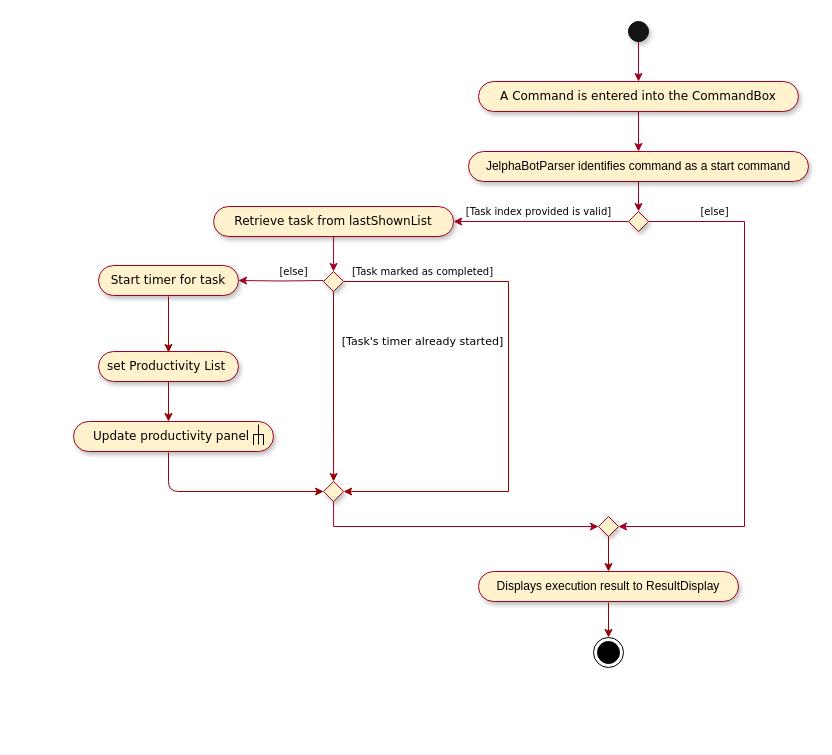
Earlier version of the draw.io diagram docs/diagrams/StartActivityDiagram.drawio (yapdianhao/main). Source tidied: cells renumbered, new cells numbered last; positions are measured from the earlier drawing's top-left corner, leaving out a move shared by most shapes. Both pictures are drawn from the tidied source at 100%, with x=0, y=0 at pixel (73, 21).
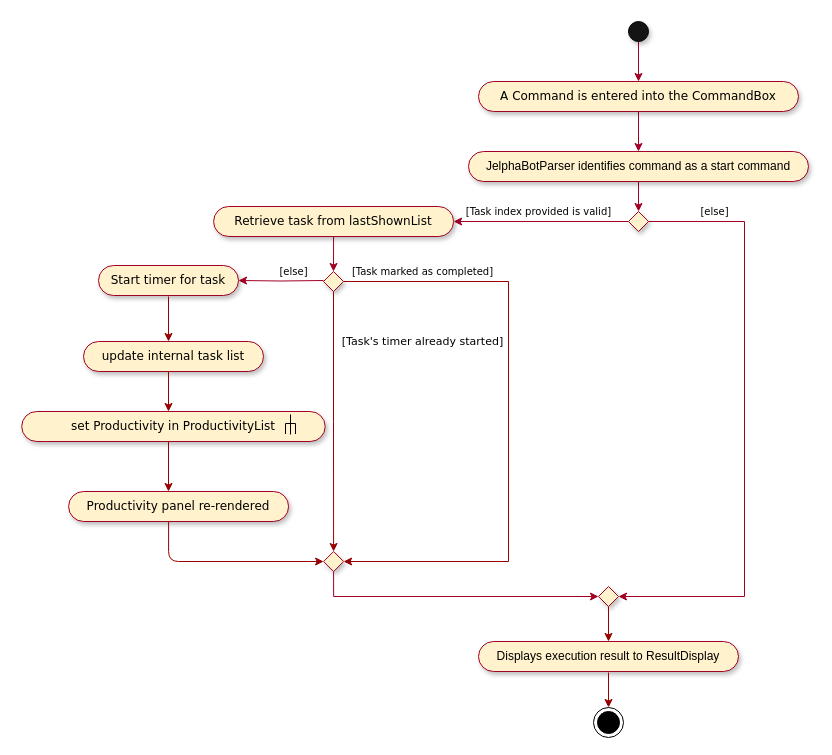
The same page after the edit.

Unchanged cells that the change refers to:
```xml
<mxCell id="8" style="rhombus;whiteSpace=wrap;html=1;shadow=1;strokeColor=#A20025;fillColor=#fff2cc;" parent="1" vertex="1">
  <mxGeometry x="555" y="190" width="20" height="20" as="geometry" />
</mxCell>
<mxCell id="15" style="rhombus;whiteSpace=wrap;html=1;shadow=1;strokeColor=#A20025;fillColor=#fff2cc;" parent="1" vertex="1">
  <mxGeometry x="250" y="250" width="20" height="20" as="geometry" />
</mxCell>
```

Change to the diagram source:
```diff
@@
     <mxCell id="7" style="edgeStyle=orthogonalEdgeStyle;rounded=0;jettySize=auto;html=1;exitX=1;exitY=0.5;exitDx=0;exitDy=0;startArrow=none;startFill=0;endArrow=classic;endFill=1;strokeColor=#A20025;fontFamily=Verdana;entryX=1;entryY=0.5;entryDx=0;entryDy=0;entryPerimeter=0;" parent="1" edge="1" source="8" target="26">
       <mxGeometry relative="1" as="geometry">
         <Array as="points">
           <mxPoint x="671" y="200" />
-          <mxPoint x="671" y="505" />
+          <mxPoint x="671" y="575" />
         </Array>
       </mxGeometry>
     </mxCell>
@@
     <mxCell id="14" style="edgeStyle=orthogonalEdgeStyle;rounded=0;jettySize=auto;html=1;strokeColor=#990000;entryX=1;entryY=0.5;entryDx=0;entryDy=0;" parent="1" edge="1" source="15" target="24">
       <mxGeometry relative="1" as="geometry">
         <Array as="points">
           <mxPoint x="435" y="260" />
-          <mxPoint x="435" y="470" />
+          <mxPoint x="435" y="540" />
         </Array>
       </mxGeometry>
     </mxCell>
@@
     <mxCell id="16" value="Displays execution result to ResultDisplay" style="whiteSpace=wrap;html=1;rounded=1;arcSize=50;align=center;verticalAlign=middle;strokeWidth=1;spacing=4;newEdgeStyle={&quot;edgeStyle&quot;:&quot;entityRelationEdgeStyle&quot;,&quot;startArrow&quot;:&quot;none&quot;,&quot;endArrow&quot;:&quot;none&quot;,&quot;segment&quot;:10,&quot;curved&quot;:1};shadow=1;fillColor=#fff2cc;strokeColor=#A20025;" parent="1" vertex="1">
-      <mxGeometry x="405" y="550" width="260" height="30" as="geometry" />
+      <mxGeometry x="405" y="620" width="260" height="30" as="geometry" />
     </mxCell>
@@
     <mxCell id="24" style="rhombus;whiteSpace=wrap;html=1;shadow=1;strokeColor=#A20025;fillColor=#fff2cc;" parent="1" vertex="1">
-      <mxGeometry x="250.1" y="460" width="20" height="20" as="geometry" />
+      <mxGeometry x="250.1" y="530" width="20" height="20" as="geometry" />
     </mxCell>
     <mxCell id="25" style="edgeStyle=orthogonalEdgeStyle;rounded=0;jettySize=auto;html=1;startArrow=none;startFill=0;endArrow=classic;endFill=1;strokeColor=#A20025;fontFamily=Verdana;exitX=0.5;exitY=1;exitDx=0;exitDy=0;entryX=0;entryY=0.5;entryDx=0;entryDy=0;" parent="1" edge="1" source="24" target="26">
       <mxGeometry relative="1" as="geometry">
         <Array as="points">
-          <mxPoint x="260" y="505" />
+          <mxPoint x="260" y="575" />
         </Array>
       </mxGeometry>
     </mxCell>
     <mxCell id="26" style="rhombus;whiteSpace=wrap;html=1;shadow=1;strokeColor=#A20025;fillColor=#fff2cc;" parent="1" vertex="1">
-      <mxGeometry x="525" y="495" width="20" height="20" as="geometry" />
+      <mxGeometry x="525" y="565" width="20" height="20" as="geometry" />
     </mxCell>
@@
-    <mxCell id="28" style="endArrow=classic;html=1;strokeColor=#990000;exitX=0.5;exitY=1;exitDx=0;exitDy=0;entryX=0.5;entryY=0;entryDx=0;entryDy=0;" parent="1" edge="1">
+    <mxCell id="28" style="endArrow=classic;html=1;strokeColor=#990000;exitX=0.5;exitY=1;exitDx=0;exitDy=0;" parent="1" edge="1">
       <mxGeometry relative="1" as="geometry">
         <mxPoint x="95" y="275" as="sourcePoint" />
-        <mxPoint x="95" y="331" as="targetPoint" />
+        <mxPoint x="95" y="320" as="targetPoint" />
       </mxGeometry>
     </mxCell>
-    <mxCell id="29" value="set Productivity List&amp;nbsp;" style="whiteSpace=wrap;html=1;rounded=1;arcSize=50;align=center;verticalAlign=middle;strokeWidth=1;spacing=4;newEdgeStyle={&quot;edgeStyle&quot;:&quot;entityRelationEdgeStyle&quot;,&quot;startArrow&quot;:&quot;none&quot;,&quot;endArrow&quot;:&quot;none&quot;,&quot;segment&quot;:10,&quot;curved&quot;:1};shadow=1;fillColor=#fff2cc;strokeColor=#A20025;fontFamily=Verdana;" parent="1" vertex="1">
-      <mxGeometry x="25" y="330" width="140" height="30" as="geometry" />
+    <mxCell id="29" value="update internal task list" style="whiteSpace=wrap;html=1;rounded=1;arcSize=50;align=center;verticalAlign=middle;strokeWidth=1;spacing=4;newEdgeStyle={&quot;edgeStyle&quot;:&quot;entityRelationEdgeStyle&quot;,&quot;startArrow&quot;:&quot;none&quot;,&quot;endArrow&quot;:&quot;none&quot;,&quot;segment&quot;:10,&quot;curved&quot;:1};shadow=1;fillColor=#fff2cc;strokeColor=#A20025;fontFamily=Verdana;" parent="1" vertex="1">
+      <mxGeometry x="10" y="320" width="180" height="30" as="geometry" />
     </mxCell>
-    <mxCell id="30" value="Update productivity panel&amp;nbsp;" style="whiteSpace=wrap;html=1;rounded=1;arcSize=50;align=center;verticalAlign=middle;strokeWidth=1;spacing=4;newEdgeStyle={&quot;edgeStyle&quot;:&quot;entityRelationEdgeStyle&quot;,&quot;startArrow&quot;:&quot;none&quot;,&quot;endArrow&quot;:&quot;none&quot;,&quot;segment&quot;:10,&quot;curved&quot;:1};shadow=1;fillColor=#fff2cc;strokeColor=#A20025;fontFamily=Verdana;" parent="1" vertex="1">
-      <mxGeometry y="400" width="200" height="30" as="geometry" />
+    <mxCell id="30" value="Productivity panel re-rendered" style="whiteSpace=wrap;html=1;rounded=1;arcSize=50;align=center;verticalAlign=middle;strokeWidth=1;spacing=4;newEdgeStyle={&quot;edgeStyle&quot;:&quot;entityRelationEdgeStyle&quot;,&quot;startArrow&quot;:&quot;none&quot;,&quot;endArrow&quot;:&quot;none&quot;,&quot;segment&quot;:10,&quot;curved&quot;:1};shadow=1;fillColor=#fff2cc;strokeColor=#A20025;fontFamily=Verdana;" parent="1" vertex="1">
+      <mxGeometry x="-4.9" y="470" width="220" height="30" as="geometry" />
     </mxCell>
@@
-    <mxCell id="32" style="endArrow=none;html=1;strokeColor=#000000;exitX=0.5;exitY=0;exitDx=0;exitDy=0;" parent="1" edge="1" source="33">
-      <mxGeometry relative="1" as="geometry">
-        <mxPoint x="185" y="403" as="targetPoint" />
-      </mxGeometry>
-    </mxCell>
-    <mxCell id="33" style="shape=partialRectangle;whiteSpace=wrap;html=1;bottom=1;right=1;left=1;top=0;fillColor=none;routingCenterX=-0.5;direction=west;" parent="1" vertex="1">
-      <mxGeometry x="180" y="413" width="10" height="10" as="geometry" />
-    </mxCell>
-    <mxCell id="34" style="endArrow=none;html=1;strokeColor=#990000;" parent="1" edge="1" target="33">
-      <mxGeometry relative="1" as="geometry">
-        <mxPoint x="180" y="423" as="sourcePoint" />
-      </mxGeometry>
-    </mxCell>
     <mxCell id="35" style="endArrow=classic;html=1;strokeColor=#990000;entryX=0;entryY=0.5;entryDx=0;entryDy=0;" parent="1" edge="1" target="24">
       <mxGeometry relative="1" as="geometry">
-        <mxPoint x="95" y="431" as="sourcePoint" />
+        <mxPoint x="95.1" y="500" as="sourcePoint" />
         <Array as="points">
-          <mxPoint x="95" y="470" />
+          <mxPoint x="95.1" y="540" />
         </Array>
       </mxGeometry>
     </mxCell>
     <mxCell id="36" style="endArrow=classic;html=1;strokeColor=#990000;" parent="1" edge="1">
       <mxGeometry relative="1" as="geometry">
-        <mxPoint x="95" y="360" as="sourcePoint" />
-        <mxPoint x="95" y="400" as="targetPoint" />
+        <mxPoint x="95" y="350" as="sourcePoint" />
+        <mxPoint x="95" y="390" as="targetPoint" />
       </mxGeometry>
     </mxCell>
     <mxCell id="37" style="endArrow=classic;html=1;strokeColor=#990000;entryX=0.5;entryY=0;entryDx=0;entryDy=0;exitX=0.5;exitY=1;exitDx=0;exitDy=0;" parent="1" edge="1">
       <mxGeometry relative="1" as="geometry">
-        <mxPoint x="535" y="581" as="sourcePoint" />
-        <mxPoint x="535" y="616" as="targetPoint" />
+        <mxPoint x="535" y="651" as="sourcePoint" />
+        <mxPoint x="535" y="686" as="targetPoint" />
       </mxGeometry>
     </mxCell>
     <mxCell id="38" style="ellipse;html=1;shape=endState;fillColor=#000000;strokeColor=#000000;" parent="1" vertex="1">
-      <mxGeometry x="520" y="616" width="30" height="30" as="geometry" />
+      <mxGeometry x="520" y="686" width="30" height="30" as="geometry" />
     </mxCell>
+    <mxCell id="39" value="set Productivity in ProductivityList" style="whiteSpace=wrap;html=1;rounded=1;arcSize=50;align=center;verticalAlign=middle;strokeWidth=1;spacing=4;newEdgeStyle={&quot;edgeStyle&quot;:&quot;entityRelationEdgeStyle&quot;,&quot;startArrow&quot;:&quot;none&quot;,&quot;endArrow&quot;:&quot;none&quot;,&quot;segment&quot;:10,&quot;curved&quot;:1};shadow=1;fillColor=#fff2cc;strokeColor=#A20025;fontFamily=Verdana;" parent="1" vertex="1">
+      <mxGeometry x="-51.8" y="390" width="303.5" height="30" as="geometry" />
+    </mxCell>
+    <mxCell id="40" style="shape=partialRectangle;whiteSpace=wrap;html=1;bottom=1;right=1;left=1;top=0;fillColor=none;routingCenterX=-0.5;direction=west;" parent="1" vertex="1">
+      <mxGeometry x="212" y="402" width="10" height="10" as="geometry" />
+    </mxCell>
+    <mxCell id="32" style="endArrow=none;html=1;strokeColor=#000000;exitX=0.5;exitY=0;exitDx=0;exitDy=0;" parent="1" edge="1">
+      <mxGeometry relative="1" as="geometry">
+        <mxPoint x="217" y="413" as="sourcePoint" />
+        <mxPoint x="217" y="393" as="targetPoint" />
+      </mxGeometry>
+    </mxCell>
+    <mxCell id="41" style="endArrow=classic;html=1;strokeColor=#990000;" parent="1" edge="1">
+      <mxGeometry relative="1" as="geometry">
+        <mxPoint x="95" y="420" as="sourcePoint" />
+        <mxPoint x="95" y="470" as="targetPoint" />
+      </mxGeometry>
+    </mxCell>
```
